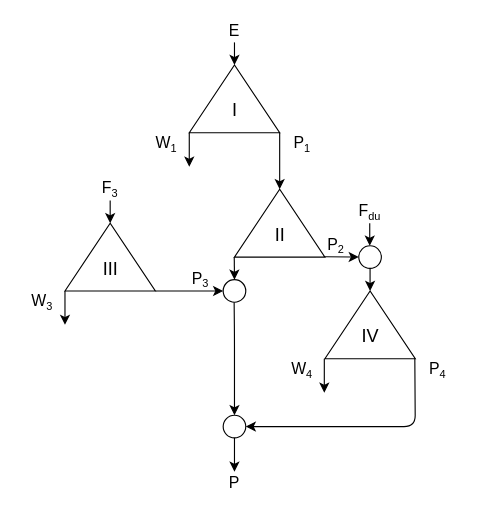
Before: cascades/drawio/triple_cascade23.drawio in GusevVlad/Russian-Phd-LaTeX-Dissertation-Template, a draw.io diagram. Source tidied: cells renumbered, new cells numbered last; positions are measured from the earlier drawing's top-left corner, leaving out a move shared by most shapes. Both pictures are drawn from the tidied source at 113%, with x=0, y=0 at pixel (19, 19).
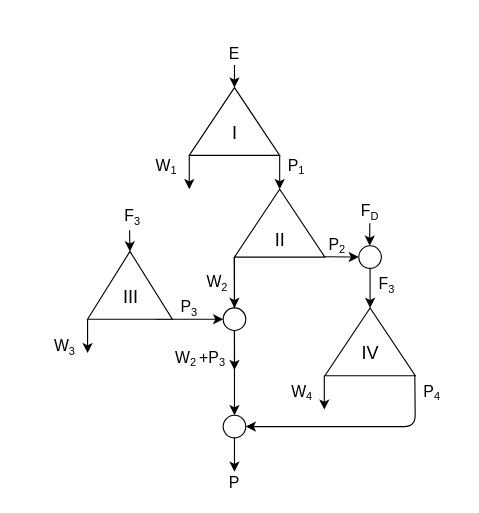
After the change.

What changed in the source:
```diff
@@
-    <mxCell id="2" style="endArrow=classic;html=1;" parent="1" edge="1">
-      <mxGeometry relative="1" as="geometry">
-        <mxPoint x="190" y="20" as="sourcePoint" />
-        <mxPoint x="190" y="40" as="targetPoint" />
-      </mxGeometry>
-    </mxCell>
-    <mxCell id="3" style="endArrow=classic;html=1;" parent="1" edge="1">
-      <mxGeometry relative="1" as="geometry">
-        <mxPoint x="150" y="100" as="sourcePoint" />
-        <mxPoint x="150" y="130" as="targetPoint" />
-      </mxGeometry>
-    </mxCell>
-    <mxCell id="4" style="triangle;whiteSpace=wrap;html=1;rotation=-90;" parent="1" vertex="1">
-      <mxGeometry x="160" y="30" width="60" height="80" as="geometry" />
-    </mxCell>
-    <mxCell id="5" style="endArrow=classic;html=1;" parent="1" edge="1">
-      <mxGeometry relative="1" as="geometry">
-        <mxPoint x="230" y="100" as="sourcePoint" />
-        <mxPoint x="230" y="150" as="targetPoint" />
-      </mxGeometry>
-    </mxCell>
-    <mxCell id="6" style="triangle;whiteSpace=wrap;html=1;rotation=-90;" parent="1" vertex="1">
-      <mxGeometry x="200" y="140" width="60" height="80" as="geometry" />
-    </mxCell>
-    <mxCell id="7" value="&lt;font style=&quot;font-size: 14px&quot;&gt;E&lt;/font&gt;" style="text;html=1;strokeColor=none;fillColor=none;align=center;verticalAlign=middle;whiteSpace=wrap;rounded=0;" parent="1" vertex="1">
-      <mxGeometry x="170" width="40" height="20" as="geometry" />
-    </mxCell>
-    <mxCell id="8" value="&lt;font style=&quot;font-size: 14px&quot;&gt;W&lt;/font&gt;&lt;font style=&quot;font-size: 11.6667px&quot;&gt;&lt;sub&gt;1&lt;/sub&gt;&lt;/font&gt;" style="text;html=1;strokeColor=none;fillColor=none;align=center;verticalAlign=middle;whiteSpace=wrap;rounded=0;" parent="1" vertex="1">
-      <mxGeometry x="110" y="100" width="40" height="20" as="geometry" />
-    </mxCell>
-    <mxCell id="9" value="&lt;font style=&quot;font-size: 14px&quot;&gt;P&lt;/font&gt;&lt;font style=&quot;font-size: 11.6667px&quot;&gt;&lt;sub&gt;1&lt;/sub&gt;&lt;/font&gt;" style="text;html=1;strokeColor=none;fillColor=none;align=center;verticalAlign=middle;whiteSpace=wrap;rounded=0;" parent="1" vertex="1">
-      <mxGeometry x="230" y="100" width="40" height="20" as="geometry" />
-    </mxCell>
-    <mxCell id="10" style="endArrow=classic;html=1;" parent="1" edge="1">
-      <mxGeometry relative="1" as="geometry">
-        <mxPoint x="189.8" y="210" as="sourcePoint" />
-        <mxPoint x="190" y="230" as="targetPoint" />
-      </mxGeometry>
-    </mxCell>
-    <mxCell id="11" style="endArrow=classic;html=1;entryX=1;entryY=1;entryDx=0;entryDy=0;" parent="1" edge="1" target="17">
-      <mxGeometry relative="1" as="geometry">
-        <mxPoint x="120" y="240" as="sourcePoint" />
-      </mxGeometry>
-    </mxCell>
@@
-    <mxCell id="13" style="endArrow=classic;html=1;" parent="1" edge="1">
-      <mxGeometry relative="1" as="geometry">
-        <mxPoint x="40" y="240" as="sourcePoint" />
-        <mxPoint x="40" y="270" as="targetPoint" />
-      </mxGeometry>
-    </mxCell>
-    <mxCell id="14" style="triangle;whiteSpace=wrap;html=1;rotation=-90;" parent="1" vertex="1">
-      <mxGeometry x="50" y="170" width="60" height="80" as="geometry" />
-    </mxCell>
-    <mxCell id="15" value="&lt;font style=&quot;font-size: 14px&quot;&gt;F&lt;/font&gt;&lt;font style=&quot;font-size: 11.6667px&quot;&gt;&lt;sub&gt;3&lt;/sub&gt;&lt;/font&gt;" style="text;html=1;strokeColor=none;fillColor=none;align=center;verticalAlign=middle;whiteSpace=wrap;rounded=0;" parent="1" vertex="1">
-      <mxGeometry x="60" y="140" width="40" height="20" as="geometry" />
-    </mxCell>
-    <mxCell id="16" value="&lt;font style=&quot;font-size: 14px&quot;&gt;W&lt;/font&gt;&lt;font style=&quot;font-size: 11.6667px&quot;&gt;&lt;sub&gt;3&lt;/sub&gt;&lt;/font&gt;" style="text;html=1;strokeColor=none;fillColor=none;align=center;verticalAlign=middle;whiteSpace=wrap;rounded=0;" parent="1" vertex="1">
-      <mxGeometry y="240" width="40" height="20" as="geometry" />
-    </mxCell>
-    <mxCell id="17" value="&lt;font style=&quot;font-size: 14px&quot;&gt;P&lt;/font&gt;&lt;font style=&quot;font-size: 11.6667px&quot;&gt;&lt;sub&gt;3&lt;/sub&gt;&lt;/font&gt;" style="text;html=1;strokeColor=none;fillColor=none;align=center;verticalAlign=middle;whiteSpace=wrap;rounded=0;" parent="1" vertex="1">
-      <mxGeometry x="140" y="220" width="40" height="20" as="geometry" />
-    </mxCell>
@@
-    <mxCell id="21" value="&lt;font style=&quot;font-size: 14px&quot;&gt;P&lt;/font&gt;&lt;font style=&quot;font-size: 11.6667px&quot;&gt;&lt;sub&gt;2&lt;/sub&gt;&lt;/font&gt;" style="text;html=1;strokeColor=none;fillColor=none;align=center;verticalAlign=middle;whiteSpace=wrap;rounded=0;" parent="1" vertex="1">
-      <mxGeometry x="260" y="190" width="40" height="20" as="geometry" />
-    </mxCell>
-    <mxCell id="22" value="&lt;font style=&quot;font-size: 14px&quot;&gt;F&lt;/font&gt;&lt;font style=&quot;font-size: 11.6667px&quot;&gt;&lt;sub&gt;du&lt;/sub&gt;&lt;/font&gt;" style="text;html=1;strokeColor=none;fillColor=none;align=center;verticalAlign=middle;whiteSpace=wrap;rounded=0;" parent="1" vertex="1">
+    <mxCell id="22" value="&lt;font style=&quot;font-size: 14px;&quot;&gt;F&lt;/font&gt;&lt;font style=&quot;font-size: 11.6667px&quot;&gt;&lt;sub&gt;D&lt;/sub&gt;&lt;/font&gt;" style="text;html=1;strokeColor=none;fillColor=none;align=center;verticalAlign=middle;whiteSpace=wrap;rounded=0;" parent="1" vertex="1">
       <mxGeometry x="290" y="160" width="40" height="20" as="geometry" />
     </mxCell>
-    <mxCell id="23" style="ellipse;whiteSpace=wrap;html=1;" parent="1" vertex="1">
-      <mxGeometry x="180" y="230" width="20" height="20" as="geometry" />
-    </mxCell>
-    <mxCell id="24" style="endArrow=classic;html=1;entryX=1;entryY=0.5;entryDx=0;entryDy=0;exitX=0.5;exitY=1;exitDx=0;exitDy=0;" parent="1" edge="1" source="15" target="14">
-      <mxGeometry relative="1" as="geometry" />
-    </mxCell>
@@
     <mxCell id="29" style="triangle;whiteSpace=wrap;html=1;rotation=-90;" parent="1" vertex="1">
-      <mxGeometry x="280" y="230" width="60" height="80" as="geometry" />
+      <mxGeometry x="280" y="245" width="60" height="80" as="geometry" />
     </mxCell>
     <mxCell id="30" value="&lt;font style=&quot;font-size: 14px&quot;&gt;W&lt;/font&gt;&lt;font style=&quot;font-size: 11.6667px&quot;&gt;&lt;sub&gt;4&lt;/sub&gt;&lt;/font&gt;" style="text;html=1;strokeColor=none;fillColor=none;align=center;verticalAlign=middle;whiteSpace=wrap;rounded=0;" parent="1" vertex="1">
-      <mxGeometry x="230" y="300" width="40" height="20" as="geometry" />
+      <mxGeometry x="230" y="320" width="40" height="20" as="geometry" />
     </mxCell>
     <mxCell id="31" value="&lt;font style=&quot;font-size: 14px&quot;&gt;P&lt;/font&gt;&lt;font style=&quot;font-size: 11.6667px&quot;&gt;&lt;sub&gt;4&lt;/sub&gt;&lt;/font&gt;" style="text;html=1;strokeColor=none;fillColor=none;align=center;verticalAlign=middle;whiteSpace=wrap;rounded=0;" parent="1" vertex="1">
-      <mxGeometry x="350" y="300" width="40" height="20" as="geometry" />
+      <mxGeometry x="340" y="320" width="50" height="20" as="geometry" />
     </mxCell>
@@
     <mxCell id="33" style="endArrow=classic;html=1;" parent="1" edge="1">
       <mxGeometry relative="1" as="geometry">
-        <mxPoint x="269.5" y="300" as="sourcePoint" />
-        <mxPoint x="269.5" y="330" as="targetPoint" />
+        <mxPoint x="269.5" y="315" as="sourcePoint" />
+        <mxPoint x="269.5" y="345" as="targetPoint" />
       </mxGeometry>
     </mxCell>
+    <mxCell id="37" value="IV" style="text;html=1;align=center;verticalAlign=middle;strokeColor=none;fillColor=none;fontSize=16;" parent="1" vertex="1">
+      <mxGeometry x="295" y="285" width="30" height="20" as="geometry" />
+    </mxCell>
+    <mxCell id="38" style="endArrow=classic;html=1;" parent="1" edge="1">
+      <mxGeometry relative="1" as="geometry">
+        <mxPoint x="190" y="40" as="sourcePoint" />
+        <mxPoint x="190" y="60" as="targetPoint" />
+      </mxGeometry>
+    </mxCell>
+    <mxCell id="39" style="endArrow=classic;html=1;" parent="1" edge="1">
+      <mxGeometry relative="1" as="geometry">
+        <mxPoint x="150" y="120" as="sourcePoint" />
+        <mxPoint x="150" y="150" as="targetPoint" />
+      </mxGeometry>
+    </mxCell>
+    <mxCell id="40" style="triangle;whiteSpace=wrap;html=1;rotation=-90;" parent="1" vertex="1">
+      <mxGeometry x="160" y="50" width="60" height="80" as="geometry" />
+    </mxCell>
+    <mxCell id="41" style="endArrow=classic;html=1;exitX=0;exitY=0;exitDx=0;exitDy=0;" parent="1" edge="1" source="9">
+      <mxGeometry relative="1" as="geometry">
+        <mxPoint x="230" y="150" as="targetPoint" />
+      </mxGeometry>
+    </mxCell>
+    <mxCell id="6" style="triangle;whiteSpace=wrap;html=1;rotation=-90;" parent="1" vertex="1">
+      <mxGeometry x="200" y="140" width="60" height="80" as="geometry" />
+    </mxCell>
+    <mxCell id="7" value="&lt;font style=&quot;font-size: 14px&quot;&gt;E&lt;/font&gt;" style="text;html=1;strokeColor=none;fillColor=none;align=center;verticalAlign=middle;whiteSpace=wrap;rounded=0;" parent="1" vertex="1">
+      <mxGeometry x="170" y="20" width="40" height="20" as="geometry" />
+    </mxCell>
+    <mxCell id="8" value="&lt;font style=&quot;font-size: 14px&quot;&gt;W&lt;/font&gt;&lt;font style=&quot;font-size: 11.6667px&quot;&gt;&lt;sub&gt;1&lt;/sub&gt;&lt;/font&gt;" style="text;html=1;strokeColor=none;fillColor=none;align=center;verticalAlign=middle;whiteSpace=wrap;rounded=0;" parent="1" vertex="1">
+      <mxGeometry x="110" y="120" width="40" height="20" as="geometry" />
+    </mxCell>
+    <mxCell id="9" value="&lt;font style=&quot;font-size: 14px&quot;&gt;P&lt;/font&gt;&lt;font style=&quot;font-size: 11.6667px&quot;&gt;&lt;sub&gt;1&lt;/sub&gt;&lt;/font&gt;" style="text;html=1;strokeColor=none;fillColor=none;align=center;verticalAlign=middle;whiteSpace=wrap;rounded=0;" parent="1" vertex="1">
+      <mxGeometry x="230" y="120" width="30" height="20" as="geometry" />
+    </mxCell>
+    <mxCell id="42" style="endArrow=classic;html=1;entryX=0.5;entryY=0;entryDx=0;entryDy=0;" parent="1" edge="1" target="47">
+      <mxGeometry relative="1" as="geometry">
+        <mxPoint x="189.8" y="210" as="sourcePoint" />
+      </mxGeometry>
+    </mxCell>
+    <mxCell id="43" style="endArrow=classic;html=1;entryX=0;entryY=0.5;entryDx=0;entryDy=0;" parent="1" edge="1" target="47">
+      <mxGeometry relative="1" as="geometry">
+        <mxPoint x="120" y="265" as="sourcePoint" />
+      </mxGeometry>
+    </mxCell>
+    <mxCell id="44" style="endArrow=classic;html=1;" parent="1" edge="1">
+      <mxGeometry relative="1" as="geometry">
+        <mxPoint x="60" y="265" as="sourcePoint" />
+        <mxPoint x="60" y="295" as="targetPoint" />
+      </mxGeometry>
+    </mxCell>
+    <mxCell id="45" value="&lt;span style=&quot;font-size: 16px&quot;&gt;&lt;br&gt;&lt;/span&gt;" style="triangle;whiteSpace=wrap;html=1;rotation=-90;" parent="1" vertex="1">
+      <mxGeometry x="67.5" y="197.5" width="60" height="75" as="geometry" />
+    </mxCell>
+    <mxCell id="15" value="&lt;font style=&quot;font-size: 14px&quot;&gt;F&lt;/font&gt;&lt;font style=&quot;font-size: 11.6667px&quot;&gt;&lt;sub&gt;3&lt;/sub&gt;&lt;/font&gt;" style="text;html=1;strokeColor=none;fillColor=none;align=center;verticalAlign=middle;whiteSpace=wrap;rounded=0;" parent="1" vertex="1">
+      <mxGeometry x="80" y="165" width="40" height="20" as="geometry" />
+    </mxCell>
+    <mxCell id="16" value="&lt;font style=&quot;font-size: 14px&quot;&gt;W&lt;/font&gt;&lt;font style=&quot;font-size: 11.6667px&quot;&gt;&lt;sub&gt;3&lt;/sub&gt;&lt;/font&gt;" style="text;html=1;strokeColor=none;fillColor=none;align=center;verticalAlign=middle;whiteSpace=wrap;rounded=0;" parent="1" vertex="1">
+      <mxGeometry x="20" y="280" width="40" height="20" as="geometry" />
+    </mxCell>
+    <mxCell id="46" style="endArrow=classic;html=1;" parent="1" edge="1">
+      <mxGeometry relative="1" as="geometry">
+        <mxPoint x="190" y="210" as="sourcePoint" />
+        <mxPoint x="190" y="310" as="targetPoint" />
+        <Array as="points">
+          <mxPoint x="189.9" y="210" />
+        </Array>
+      </mxGeometry>
+    </mxCell>
+    <mxCell id="21" value="&lt;font style=&quot;font-size: 14px&quot;&gt;P&lt;/font&gt;&lt;font style=&quot;font-size: 11.6667px&quot;&gt;&lt;sub&gt;2&lt;/sub&gt;&lt;/font&gt;" style="text;html=1;strokeColor=none;fillColor=none;align=center;verticalAlign=middle;whiteSpace=wrap;rounded=0;" parent="1" vertex="1">
+      <mxGeometry x="280" y="165" height="70" as="geometry" />
+    </mxCell>
+    <mxCell id="47" style="ellipse;whiteSpace=wrap;html=1;" parent="1" vertex="1">
+      <mxGeometry x="180" y="255" width="20" height="20" as="geometry" />
+    </mxCell>
+    <mxCell id="48" style="endArrow=classic;html=1;entryX=1;entryY=0.5;entryDx=0;entryDy=0;exitX=0.429;exitY=1.068;exitDx=0;exitDy=0;exitPerimeter=0;" parent="1" edge="1" source="15" target="45">
+      <mxGeometry relative="1" as="geometry" />
+    </mxCell>
+    <mxCell id="49" value="&lt;font style=&quot;font-size: 14px;&quot;&gt;W&lt;font style=&quot;font-size: 11.6667px;&quot;&gt;&lt;sub&gt;2&amp;nbsp;&lt;/sub&gt;&lt;span style=&quot;font-size: 14px;&quot;&gt;+&lt;/span&gt;&lt;/font&gt;P&lt;/font&gt;&lt;font style=&quot;font-size: 11.6667px;&quot;&gt;&lt;sub&gt;3&lt;/sub&gt;&lt;/font&gt;" style="text;html=1;strokeColor=none;fillColor=none;align=center;verticalAlign=middle;whiteSpace=wrap;rounded=0;" parent="1" vertex="1">
+      <mxGeometry x="120" y="290" width="80" height="20" as="geometry" />
+    </mxCell>
+    <mxCell id="50" value="&lt;font style=&quot;font-size: 14px&quot;&gt;W&lt;/font&gt;&lt;font style=&quot;font-size: 11.6667px&quot;&gt;&lt;sub&gt;2&lt;/sub&gt;&lt;/font&gt;" style="text;html=1;strokeColor=none;fillColor=none;align=center;verticalAlign=middle;whiteSpace=wrap;rounded=0;" parent="1" vertex="1">
+      <mxGeometry x="150" y="220" width="50" height="25" as="geometry" />
+    </mxCell>
     <mxCell id="34" value="I" style="text;html=1;align=center;verticalAlign=middle;strokeColor=none;fillColor=none;fontSize=16;" parent="1" vertex="1">
-      <mxGeometry x="180" y="70" width="20" height="20" as="geometry" />
+      <mxGeometry x="180" y="90" width="20" height="20" as="geometry" />
     </mxCell>
     <mxCell id="35" value="II" style="text;html=1;align=center;verticalAlign=middle;strokeColor=none;fillColor=none;fontSize=16;" parent="1" vertex="1">
-      <mxGeometry x="220" y="180" width="20" height="20" as="geometry" />
+      <mxGeometry x="220" y="185" width="20" height="20" as="geometry" />
     </mxCell>
     <mxCell id="36" value="III" style="text;html=1;align=center;verticalAlign=middle;strokeColor=none;fillColor=none;fontSize=16;" parent="1" vertex="1">
-      <mxGeometry x="65" y="210" width="30" height="20" as="geometry" />
+      <mxGeometry x="82.5" y="235" width="30" height="20" as="geometry" />
     </mxCell>
-    <mxCell id="37" value="IV" style="text;html=1;align=center;verticalAlign=middle;strokeColor=none;fillColor=none;fontSize=16;" parent="1" vertex="1">
-      <mxGeometry x="295" y="270" width="30" height="20" as="geometry" />
-    </mxCell>
+    <mxCell id="17" value="&lt;font style=&quot;font-size: 14px&quot;&gt;P&lt;/font&gt;&lt;font style=&quot;font-size: 11.6667px&quot;&gt;&lt;sub&gt;3&lt;/sub&gt;&lt;/font&gt;" style="text;html=1;strokeColor=none;fillColor=none;align=center;verticalAlign=middle;whiteSpace=wrap;rounded=0;" parent="1" vertex="1">
+      <mxGeometry x="130" y="245" width="40" height="20" as="geometry" />
+    </mxCell>
+    <mxCell id="51" value="&lt;font style=&quot;font-size: 14px;&quot;&gt;F&lt;/font&gt;&lt;font style=&quot;font-size: 11.6667px&quot;&gt;&lt;sub&gt;3&lt;/sub&gt;&lt;/font&gt;" style="text;html=1;strokeColor=none;fillColor=none;align=center;verticalAlign=middle;whiteSpace=wrap;rounded=0;" parent="1" vertex="1">
+      <mxGeometry x="300" y="225" width="50" height="20" as="geometry" />
+    </mxCell>
```
